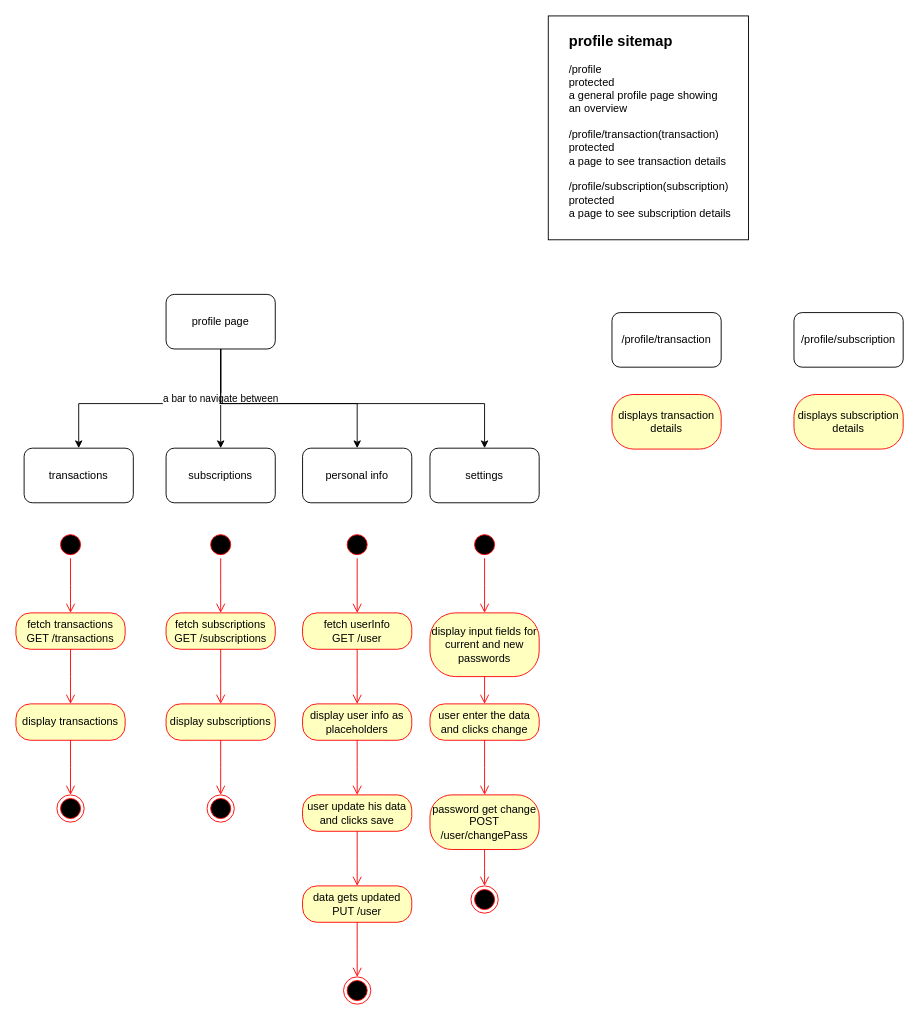
This is page "profile" (4 of 6) of pamylka.com.drawio from ahmed-elbehairy7/pamylka-system-design, a draw.io file, before an edit. Source tidied: cells renumbered, new cells numbered last; positions are measured from the earlier drawing's top-left corner, leaving out a move shared by most shapes. Both pictures are drawn from the tidied source at 91%, with x=0, y=0 at pixel (15, 15).
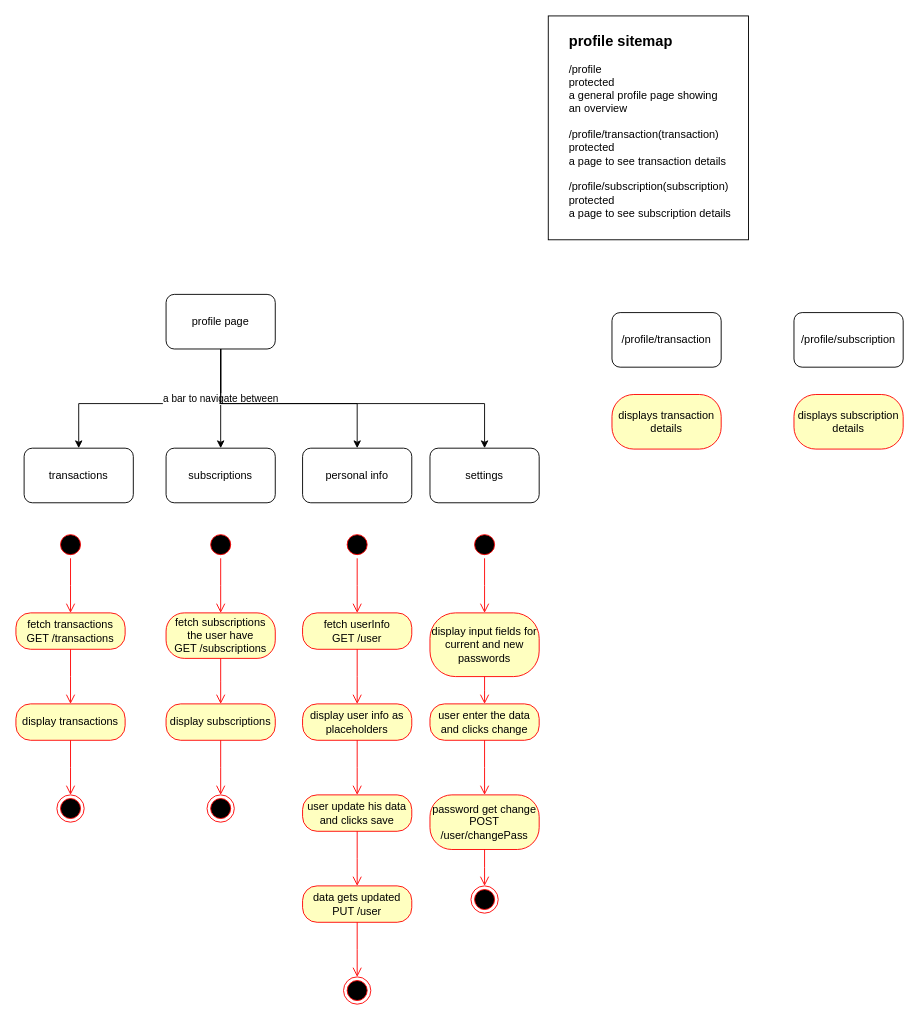
Above is the later version.

Diff of the diagram source:
```diff
@@
-    <mxCell id="23" value="fetch subscriptions&lt;div&gt;GET /subscriptions&lt;/div&gt;" style="rounded=1;whiteSpace=wrap;html=1;arcSize=40;fontColor=#000000;fillColor=#ffffc0;strokeColor=#ff0000;" parent="1" vertex="1">
-      <mxGeometry x="165" y="656" width="120" height="40" as="geometry" />
+    <mxCell id="23" value="fetch subscriptions the user have&lt;div&gt;GET /subscriptions&lt;/div&gt;" style="rounded=1;whiteSpace=wrap;html=1;arcSize=40;fontColor=#000000;fillColor=#ffffc0;strokeColor=#ff0000;" parent="1" vertex="1">
+      <mxGeometry x="165" y="656" width="120" height="50" as="geometry" />
     </mxCell>
```
